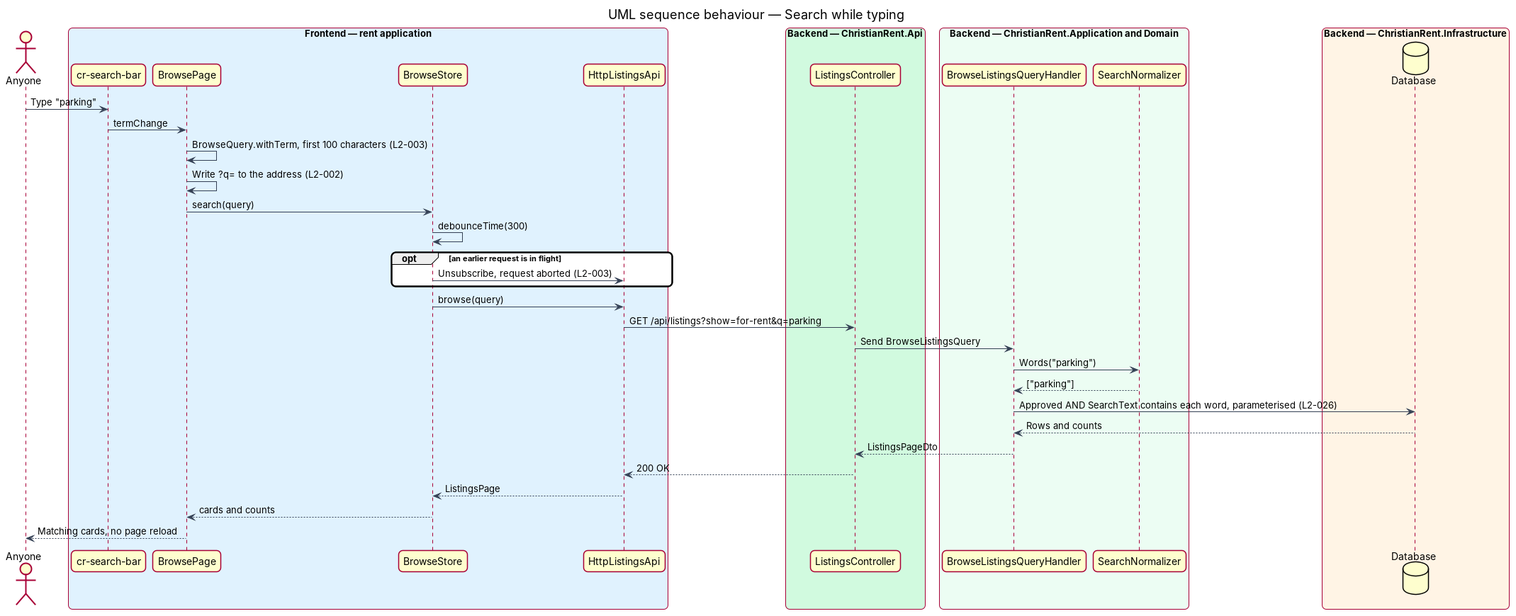
Earlier version of the PlantUML export docs/detailed-designs/browse/search-and-filter-listings/diagrams/sequence-search.png (QuinntyneBrown/christian-rent). Its source is kept beside it as docs/detailed-designs/browse/search-and-filter-listings/diagrams/sequence-search.puml.
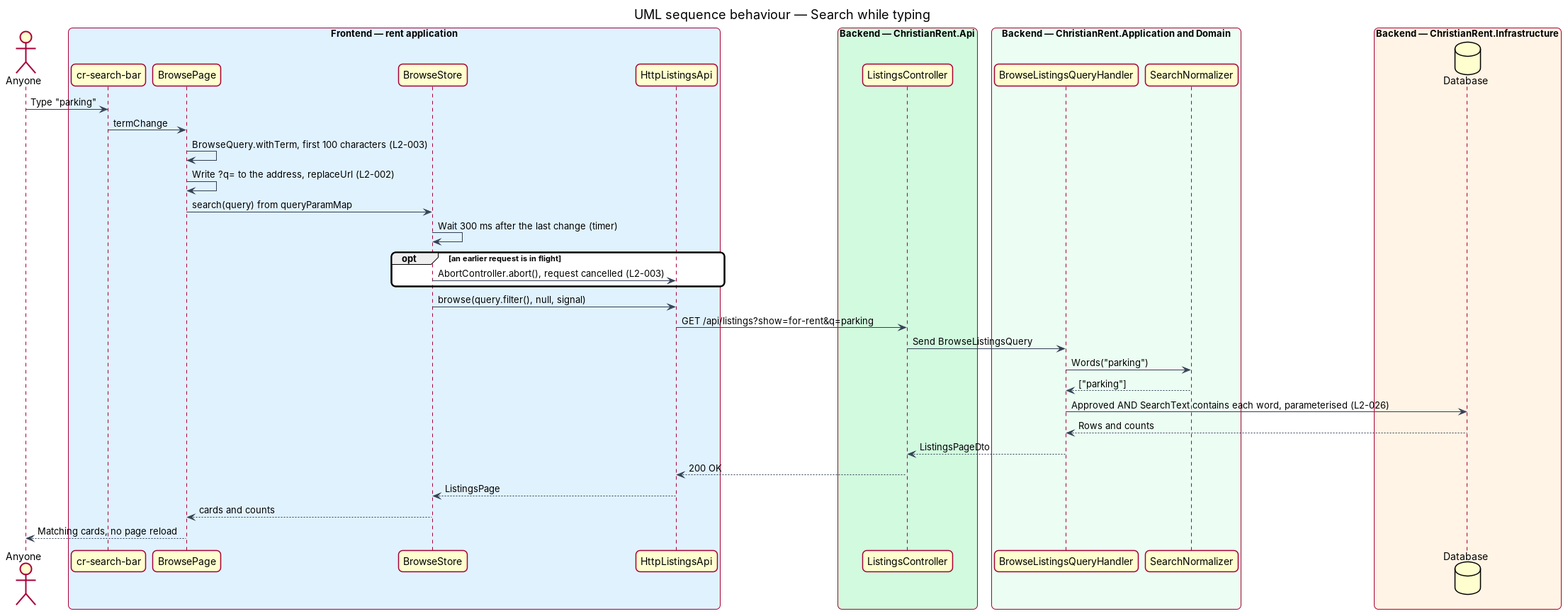
The same file after the commit.

Change to the diagram source:
```diff
@@ -34,13 +34,13 @@
 actor -> bar : Type "parking"
 bar -> page : termChange
 page -> page : BrowseQuery.withTerm, first 100 characters (L2-003)
-page -> page : Write ?q= to the address (L2-002)
-page -> store : search(query)
-store -> store : debounceTime(300)
+page -> page : Write ?q= to the address, replaceUrl (L2-002)
+page -> store : search(query) from queryParamMap
+store -> store : Wait 300 ms after the last change (timer)
 opt an earlier request is in flight
-  store -> client : Unsubscribe, request aborted (L2-003)
+  store -> client : AbortController.abort(), request cancelled (L2-003)
 end
-store -> client : browse(query)
+store -> client : browse(query.filter(), null, signal)
 client -> ctrl : GET /api/listings?show=for-rent&q=parking
 ctrl -> handler : Send BrowseListingsQuery
 handler -> norm : Words("parking")
```
